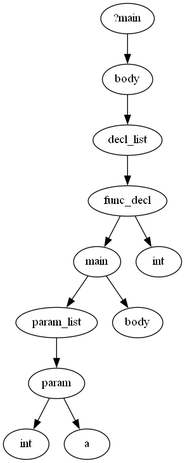
Above: printers/images/Digraph.gv.png in KianBankeLarsen/Compiler (Graphviz), before the change. Its source is kept beside it as printers/images/Digraph.gv.
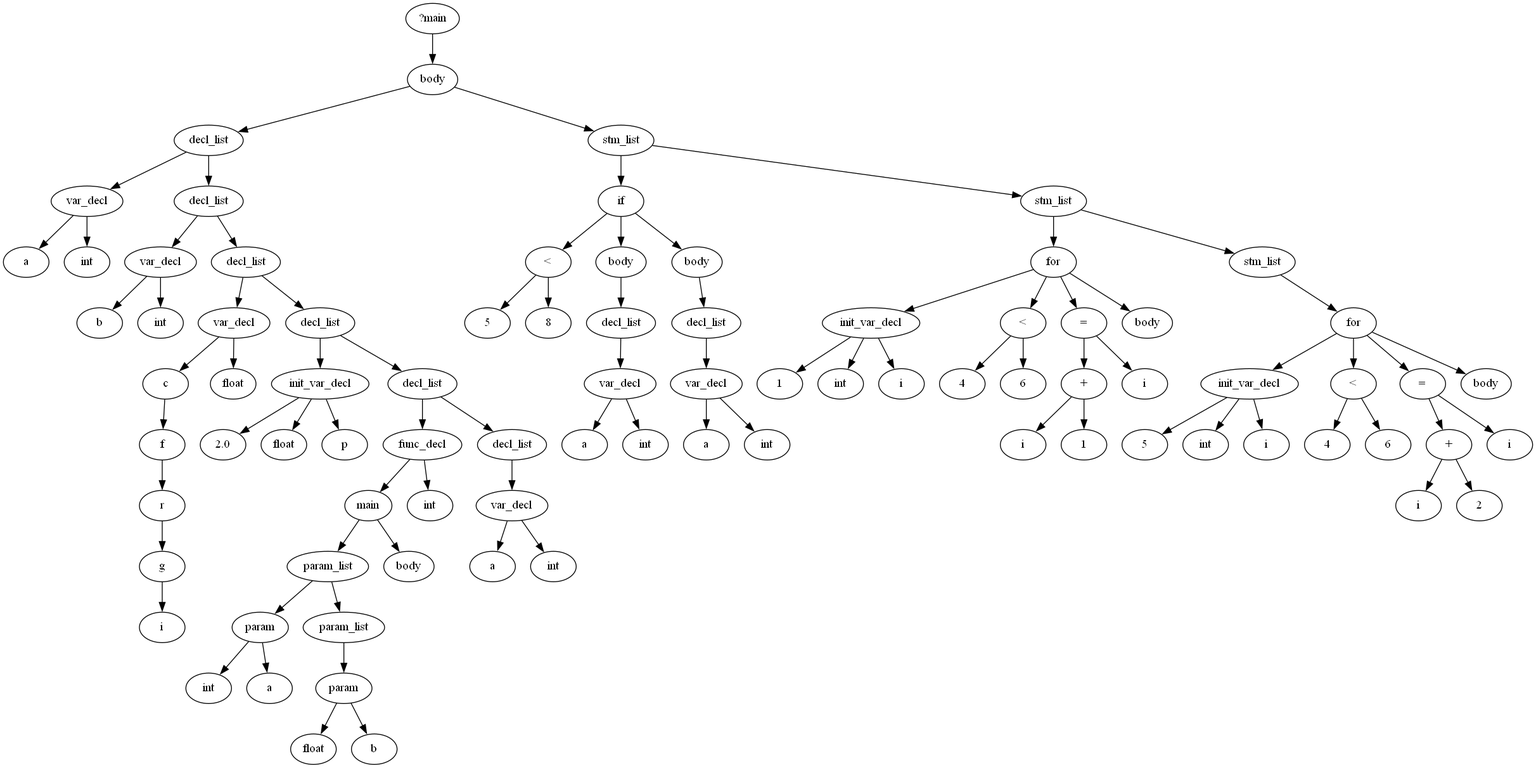
The same file after the commit.

The edit, as a diff of the source:
```diff
@@ -1,23 +1,171 @@
 digraph {
 	0 [label="?main"]
 	1 [label=body]
-	2 [label=func_decl]
-	3 [label=main]
-	4 [label=param]
-	5 [label=int]
-	6 [label=a]
-	4 -> 5
-	4 -> 6
-	7 [label=param_list]
-	7 -> 4
-	3 -> 7
-	8 [label=body]
-	3 -> 8
-	9 [label=int]
+	2 [label=var_decl]
+	3 [label=a]
+	4 [label=int]
 	2 -> 3
-	2 -> 9
-	10 [label=decl_list]
-	10 -> 2
-	1 -> 10
+	2 -> 4
+	5 [label=decl_list]
+	6 [label=var_decl]
+	7 [label=b]
+	8 [label=int]
+	6 -> 7
+	6 -> 8
+	9 [label=decl_list]
+	10 [label=var_decl]
+	11 [label=c]
+	12 [label=f]
+	13 [label=r]
+	14 [label=g]
+	15 [label=i]
+	14 -> 15
+	13 -> 14
+	12 -> 13
+	11 -> 12
+	16 [label=float]
+	10 -> 11
+	10 -> 16
+	17 [label=decl_list]
+	18 [label=init_var_decl]
+	19 [label=2.0]
+	20 [label=float]
+	21 [label=p]
+	18 -> 20
+	18 -> 21
+	18 -> 19
+	22 [label=decl_list]
+	23 [label=func_decl]
+	24 [label=main]
+	25 [label=param]
+	26 [label=int]
+	27 [label=a]
+	25 -> 26
+	25 -> 27
+	28 [label=param_list]
+	28 -> 25
+	29 [label=param]
+	30 [label=float]
+	31 [label=b]
+	29 -> 30
+	29 -> 31
+	32 [label=param_list]
+	32 -> 29
+	28 -> 32
+	24 -> 28
+	33 [label=body]
+	24 -> 33
+	34 [label=int]
+	23 -> 24
+	23 -> 34
+	35 [label=decl_list]
+	36 [label=var_decl]
+	37 [label=a]
+	38 [label=int]
+	36 -> 37
+	36 -> 38
+	39 [label=decl_list]
+	39 -> 36
+	35 -> 39
+	35 -> 23
+	22 -> 35
+	22 -> 18
+	17 -> 22
+	17 -> 10
+	9 -> 17
+	9 -> 6
+	5 -> 9
+	5 -> 2
+	1 -> 5
+	40 [label=stm_list]
+	41 [label=5]
+	42 [label=8]
+	43 [label="<"]
+	43 -> 41
+	43 -> 42
+	44 [label=body]
+	45 [label=var_decl]
+	46 [label=a]
+	47 [label=int]
+	45 -> 46
+	45 -> 47
+	48 [label=decl_list]
+	48 -> 45
+	44 -> 48
+	49 [label=if]
+	50 [label=body]
+	51 [label=var_decl]
+	52 [label=a]
+	53 [label=int]
+	51 -> 52
+	51 -> 53
+	54 [label=decl_list]
+	54 -> 51
+	50 -> 54
+	49 -> 50
+	49 -> 43
+	49 -> 44
+	40 -> 49
+	55 [label=stm_list]
+	56 [label=init_var_decl]
+	57 [label=1]
+	58 [label=int]
+	59 [label=i]
+	56 -> 58
+	56 -> 59
+	56 -> 57
+	60 [label=4]
+	61 [label=6]
+	62 [label="<"]
+	62 -> 60
+	62 -> 61
+	63 [label=i]
+	64 [label=1]
+	65 [label="+"]
+	65 -> 63
+	65 -> 64
+	66 [label="="]
+	67 [label=i]
+	66 -> 67
+	66 -> 65
+	68 [label=body]
+	69 [label=for]
+	69 -> 56
+	69 -> 62
+	69 -> 66
+	69 -> 68
+	55 -> 69
+	70 [label=stm_list]
+	71 [label=init_var_decl]
+	72 [label=5]
+	73 [label=int]
+	74 [label=i]
+	71 -> 73
+	71 -> 74
+	71 -> 72
+	75 [label=4]
+	76 [label=6]
+	77 [label="<"]
+	77 -> 75
+	77 -> 76
+	78 [label=i]
+	79 [label=2]
+	80 [label="+"]
+	80 -> 78
+	80 -> 79
+	81 [label="="]
+	82 [label=i]
+	81 -> 82
+	81 -> 80
+	83 [label=body]
+	84 [label=for]
+	84 -> 71
+	84 -> 77
+	84 -> 81
+	84 -> 83
+	70 -> 84
+	55 -> 70
+	40 -> 55
+	1 -> 40
 	0 -> 1
 }
```
